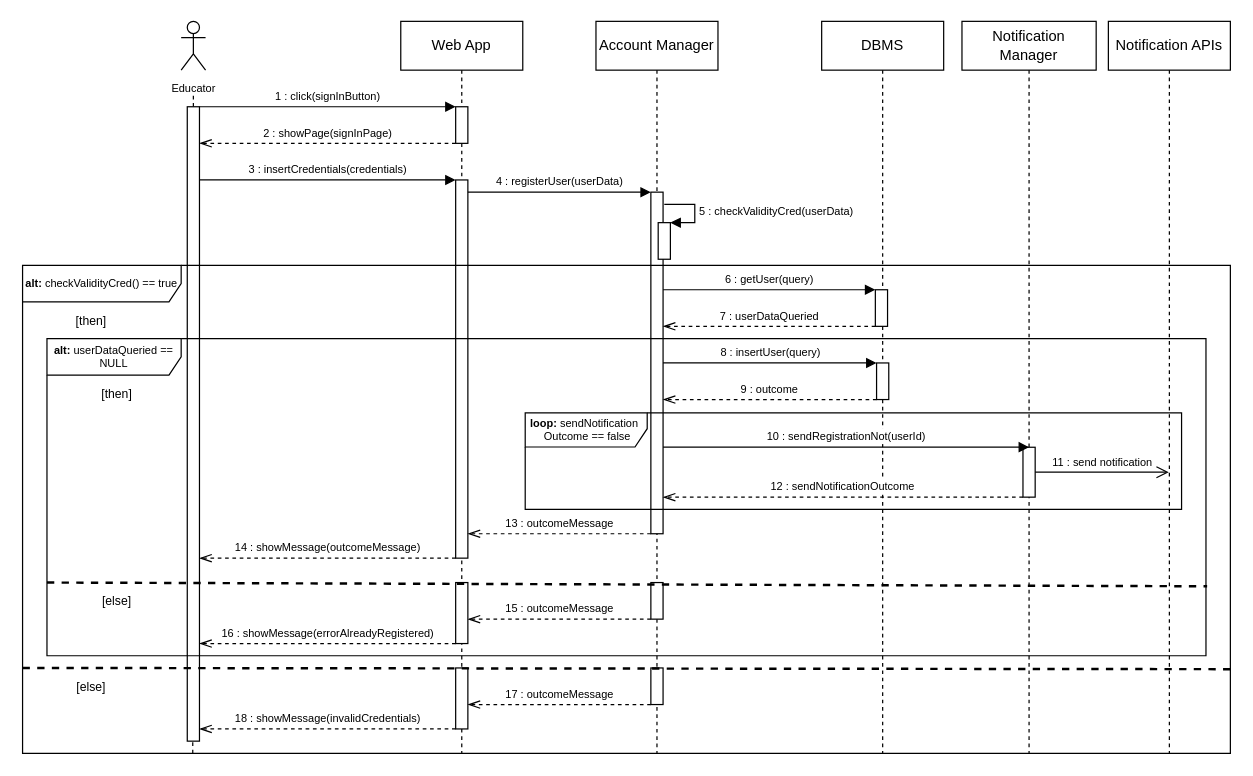
This is DDwip/ExtraFiles/Sequence/Sequence2DD.drawio from francescospangaro/SpangaroTosettiRiccardi, a draw.io file, before an edit. Source tidied: cells renumbered, new cells numbered last; positions are measured from the earlier drawing's top-left corner, leaving out a move shared by most shapes. Both pictures are drawn from the tidied source at 122%, with x=0, y=0 at pixel (22, 21).
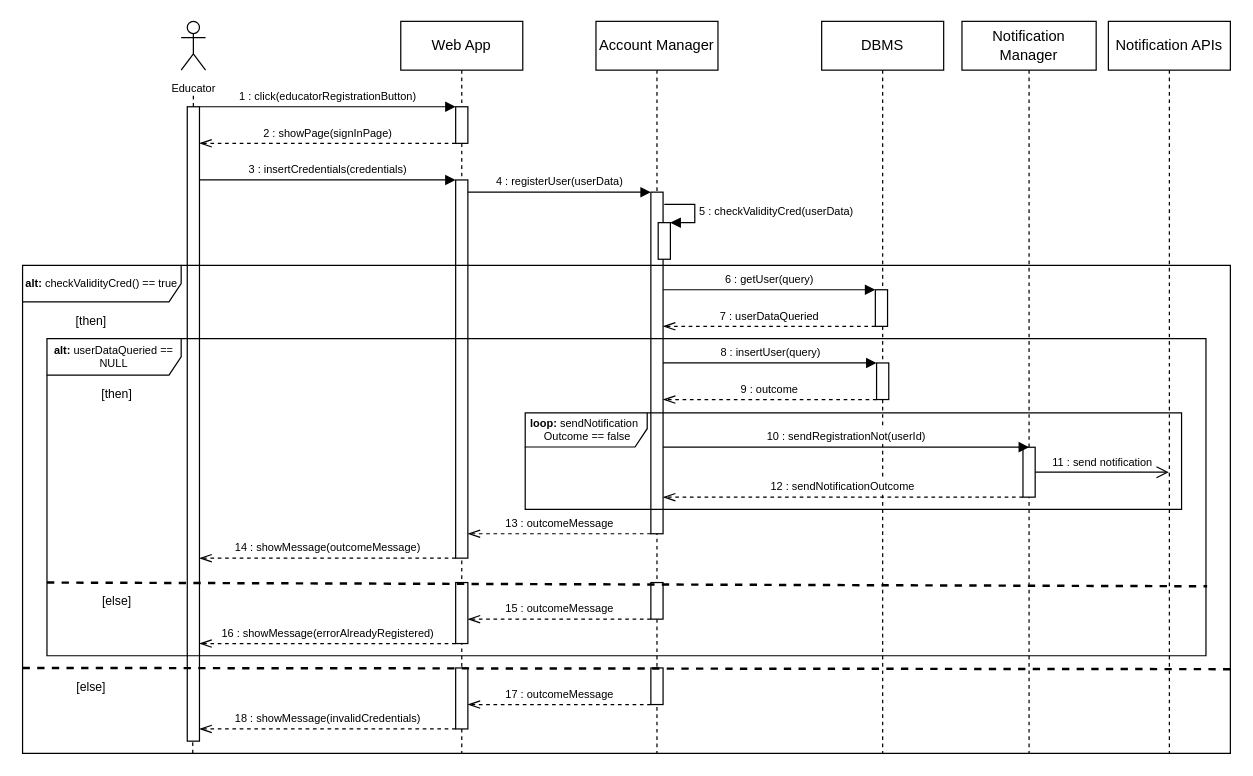
After the change.

The change refers to these unchanged cells:
```xml
<mxCell id="3" style="html=1;points=[];perimeter=orthogonalPerimeter;outlineConnect=0;targetShapes=umlLifeline;portConstraint=eastwest;newEdgeStyle={&quot;edgeStyle&quot;:&quot;elbowEdgeStyle&quot;,&quot;elbow&quot;:&quot;vertical&quot;,&quot;curved&quot;:0,&quot;rounded&quot;:0};" parent="2" vertex="1">
  <mxGeometry x="45" y="70" width="10" height="30" as="geometry" />
</mxCell>
<mxCell id="7" style="html=1;points=[];perimeter=orthogonalPerimeter;outlineConnect=0;targetShapes=umlLifeline;portConstraint=eastwest;newEdgeStyle={&quot;edgeStyle&quot;:&quot;elbowEdgeStyle&quot;,&quot;elbow&quot;:&quot;vertical&quot;,&quot;curved&quot;:0,&quot;rounded&quot;:0};" parent="1" vertex="1">
  <mxGeometry x="135" y="70" width="10" height="520" as="geometry" />
</mxCell>
```

Diff of the diagram source:
```diff
@@
-    <mxCell id="8" value="&lt;font style=&quot;font-size: 9px;&quot;&gt;1 : click(signInButton)&lt;/font&gt;" style="html=1;verticalAlign=bottom;endArrow=block;edgeStyle=elbowEdgeStyle;elbow=vertical;curved=0;rounded=0;" parent="1" edge="1" source="7" target="3">
+    <mxCell id="8" value="&lt;font style=&quot;font-size: 9px;&quot;&gt;1 : click(educatorRegistrationButton)&lt;/font&gt;" style="html=1;verticalAlign=bottom;endArrow=block;edgeStyle=elbowEdgeStyle;elbow=vertical;curved=0;rounded=0;" parent="1" edge="1" source="7" target="3">
       <mxGeometry relative="1" as="geometry">
         <Array as="points">
           <mxPoint x="260" y="70" />
         </Array>
       </mxGeometry>
     </mxCell>
```
